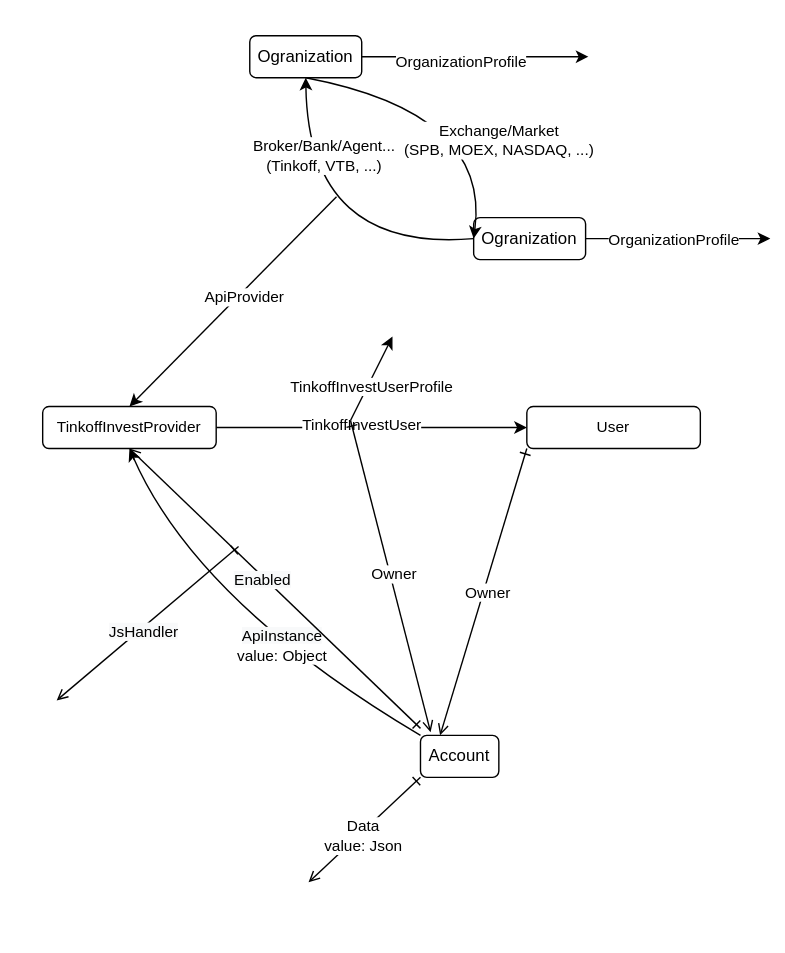
Earlier version of the draw.io export src/account/Account.drawio.svg (suenot/deep-profitmaker). Source tidied: cells renumbered, new cells last; positions are measured from the earlier drawing's top-left corner, leaving out a move shared by most shapes.
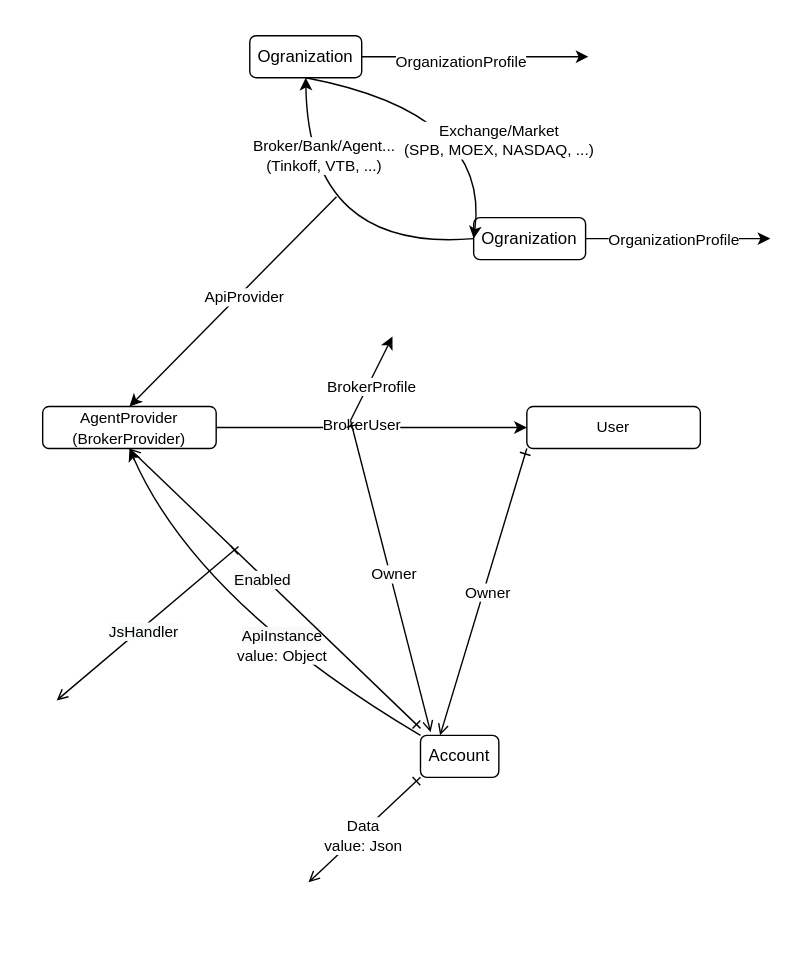
Later version of the same file.

Commit message:
child wallet

Diff of the diagram source:
```diff
@@ -64,10 +64,10 @@
     <mxCell id="15" style="edgeStyle=none;html=1;exitX=1;exitY=0.5;exitDx=0;exitDy=0;entryX=0;entryY=0.5;entryDx=0;entryDy=0;fontSize=11;" parent="1" edge="1" source="17" target="18">
       <mxGeometry relative="1" as="geometry" />
     </mxCell>
-    <mxCell id="16" value="TinkoffInvestUser" style="edgeLabel;html=1;align=center;verticalAlign=middle;fontSize=11;" parent="15" vertex="1">
+    <mxCell id="16" value="BrokerUser" style="edgeLabel;html=1;align=center;verticalAlign=middle;fontSize=11;" parent="15" vertex="1">
       <mxGeometry x="-0.07" y="3" relative="1" as="geometry" />
     </mxCell>
-    <mxCell id="17" value="&lt;span style=&quot;font-size: 11px&quot;&gt;TinkoffInvestProvider&lt;/span&gt;" style="rounded=1;whiteSpace=wrap;html=1;labelBackgroundColor=none;" parent="1" vertex="1">
+    <mxCell id="17" value="&lt;span style=&quot;font-size: 11px&quot;&gt;AgentProvider (BrokerProvider)&lt;/span&gt;" style="rounded=1;whiteSpace=wrap;html=1;labelBackgroundColor=none;" parent="1" vertex="1">
       <mxGeometry x="30" y="290" width="124" height="30" as="geometry" />
     </mxCell>
     <mxCell id="18" value="&lt;span style=&quot;font-size: 11px&quot;&gt;User&lt;/span&gt;" style="rounded=1;whiteSpace=wrap;html=1;labelBackgroundColor=none;" parent="1" vertex="1">
@@ -99,7 +99,7 @@
         <mxPoint x="280" y="240" as="targetPoint" />
       </mxGeometry>
     </mxCell>
-    <mxCell id="24" value="TinkoffInvestUserProfile" style="edgeLabel;html=1;align=center;verticalAlign=middle;" parent="23" vertex="1">
+    <mxCell id="24" value="BrokerProfile" style="edgeLabel;html=1;align=center;verticalAlign=middle;" parent="23" vertex="1">
       <mxGeometry x="-0.12" y="-3" relative="1" as="geometry">
         <mxPoint x="-1" as="offset" />
       </mxGeometry>
```
